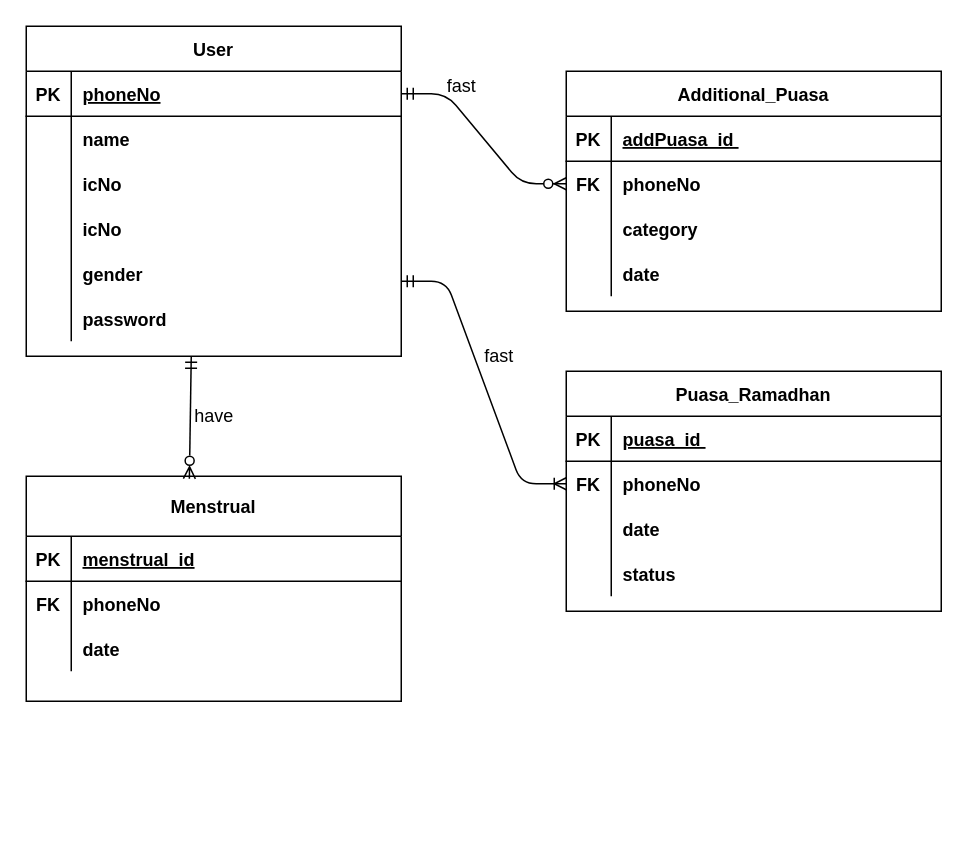
This is Puasa Recording Diagram.drawio from nurezzajeslin/Week2ClassDiagram, a draw.io file, before an edit. Source tidied: cells renumbered, new cells numbered last; positions are measured from the earlier drawing's top-left corner, leaving out a move shared by most shapes. Both pictures are drawn from the tidied source at 150%, with x=0, y=0 at pixel (26, 26).
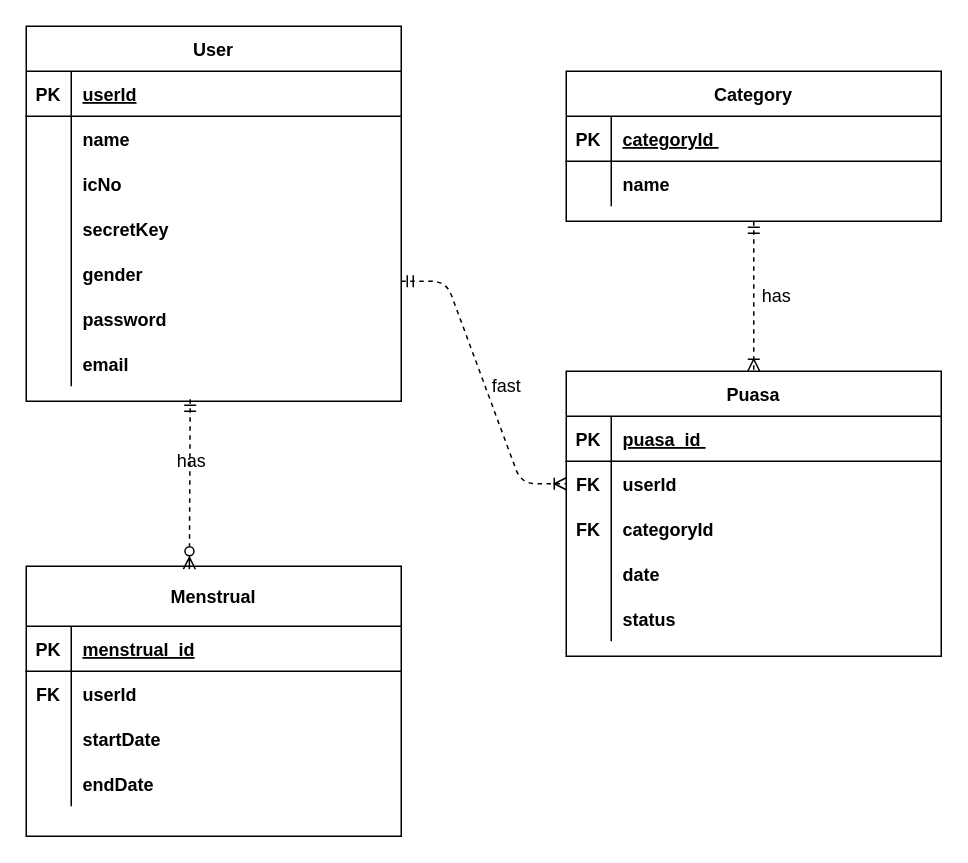
Above is the later version.

The change refers to these unchanged cells:
```xml
<mxCell id="4" style="shape=partialRectangle;fillColor=none;top=0;left=0;right=0;bottom=1;" parent="3" vertex="1">
  <mxGeometry y="30" width="250" height="30" as="geometry" />
</mxCell>
<mxCell id="7" style="shape=partialRectangle;fillColor=none;points=[[0,0.5],[1,0.5]];portConstraint=eastwest;top=0;left=0;right=0;bottom=0;" parent="3" vertex="1">
  <mxGeometry y="60" width="250" height="30" as="geometry" />
</mxCell>
<mxCell id="20" style="shape=partialRectangle;fillColor=none;points=[[0,0.5],[1,0.5]];portConstraint=eastwest;top=0;left=0;right=0;bottom=0;fontStyle=0;" parent="16" vertex="1">
  <mxGeometry y="60" width="250" height="30" as="geometry" />
</mxCell>
<mxCell id="30" style="shape=partialRectangle;fillColor=none;points=[[0,0.5],[1,0.5]];portConstraint=eastwest;top=0;left=0;right=0;bottom=1;" parent="29" vertex="1">
  <mxGeometry y="30" width="250" height="30" as="geometry" />
</mxCell>
<mxCell id="39" style="shape=tableRow;horizontal=0;startSize=0;swimlaneHead=0;swimlaneBody=0;fillColor=none;top=0;left=0;right=0;bottom=0;" parent="29" vertex="1">
  <mxGeometry y="120" width="250" height="30" as="geometry" />
</mxCell>
<mxCell id="52" style="shape=tableRow;horizontal=0;startSize=0;swimlaneHead=0;swimlaneBody=0;fillColor=none;top=0;left=0;right=0;bottom=0;" parent="48" vertex="1">
  <mxGeometry y="70" width="250" height="30" as="geometry" />
</mxCell>
<mxCell id="55" style="shape=tableRow;horizontal=0;startSize=0;swimlaneHead=0;swimlaneBody=0;fillColor=none;top=0;left=0;right=0;bottom=0;" parent="48" vertex="1">
  <mxGeometry y="100" width="250" height="30" as="geometry" />
</mxCell>
```

Diff of the diagram source:
```diff
@@
-    <mxCell id="2" style="edgeStyle=entityRelationEdgeStyle;endArrow=ERzeroToMany;startArrow=ERmandOne;endFill=1;startFill=0;" parent="1" edge="1" source="30" target="7">
-      <mxGeometry relative="1" as="geometry" />
-    </mxCell>
-    <mxCell id="3" value="Additional_Puasa" style="shape=table;startSize=30;childLayout=tableLayout;rowLines=0;fontStyle=1;align=center;" parent="1" vertex="1">
-      <mxGeometry x="360" y="30" width="250" height="160" as="geometry" />
+    <mxCell id="3" value="Category" style="shape=table;startSize=30;childLayout=tableLayout;rowLines=0;fontStyle=1;align=center;" parent="1" vertex="1">
+      <mxGeometry x="360" y="30" width="250" height="100" as="geometry" />
     </mxCell>
@@
-    <mxCell id="6" value="addPuasa_id " style="shape=partialRectangle;overflow=hidden;fillColor=none;top=0;left=0;bottom=0;right=0;align=left;spacingLeft=6;fontStyle=5;" parent="4" vertex="1">
+    <mxCell id="6" value="categoryId " style="shape=partialRectangle;overflow=hidden;fillColor=none;top=0;left=0;bottom=0;right=0;align=left;spacingLeft=6;fontStyle=5;" parent="4" vertex="1">
       <mxGeometry x="30" width="220" height="30" as="geometry" />
     </mxCell>
@@
-    <mxCell id="8" value="FK" style="shape=partialRectangle;overflow=hidden;fillColor=none;top=0;left=0;bottom=0;right=0;fontStyle=1;" parent="7" vertex="1">
+    <mxCell id="8" style="shape=partialRectangle;overflow=hidden;fillColor=none;top=0;left=0;bottom=0;right=0;fontStyle=1;" parent="7" vertex="1">
       <mxGeometry width="30" height="30" as="geometry" />
     </mxCell>
-    <mxCell id="9" value="phoneNo " style="shape=partialRectangle;overflow=hidden;fillColor=none;top=0;left=0;bottom=0;right=0;align=left;spacingLeft=6;fontStyle=1;" parent="7" vertex="1">
+    <mxCell id="9" value="name" style="shape=partialRectangle;overflow=hidden;fillColor=none;top=0;left=0;bottom=0;right=0;align=left;spacingLeft=6;fontStyle=1;" parent="7" vertex="1">
       <mxGeometry x="30" width="220" height="30" as="geometry" />
     </mxCell>
-    <mxCell id="10" style="shape=partialRectangle;fillColor=none;top=0;left=0;right=0;bottom=0;" parent="3" vertex="1">
-      <mxGeometry y="90" width="250" height="30" as="geometry" />
-    </mxCell>
-    <mxCell id="11" style="shape=partialRectangle;overflow=hidden;fillColor=none;top=0;left=0;bottom=0;right=0;" parent="10" vertex="1">
-      <mxGeometry width="30" height="30" as="geometry" />
-    </mxCell>
-    <mxCell id="12" value="category" style="shape=partialRectangle;overflow=hidden;fillColor=none;top=0;left=0;bottom=0;right=0;align=left;spacingLeft=6;fontStyle=1;" parent="10" vertex="1">
-      <mxGeometry x="30" width="220" height="30" as="geometry" />
-    </mxCell>
-    <mxCell id="13" style="shape=tableRow;horizontal=0;startSize=0;swimlaneHead=0;swimlaneBody=0;fillColor=none;top=0;left=0;right=0;bottom=0;" parent="3" vertex="1">
-      <mxGeometry y="120" width="250" height="30" as="geometry" />
-    </mxCell>
-    <mxCell id="14" style="shape=partialRectangle;fillColor=none;top=0;left=0;bottom=0;right=0;overflow=hidden;" parent="13" vertex="1">
-      <mxGeometry width="30" height="30" as="geometry" />
-    </mxCell>
-    <mxCell id="15" value="date" style="shape=partialRectangle;fillColor=none;top=0;left=0;bottom=0;right=0;align=left;spacingLeft=6;overflow=hidden;fontStyle=1;" parent="13" vertex="1">
-      <mxGeometry x="30" width="220" height="30" as="geometry" />
-    </mxCell>
-    <mxCell id="16" value="Puasa_Ramadhan" style="shape=table;startSize=30;childLayout=tableLayout;rowLines=0;fontStyle=1;align=center;" parent="1" vertex="1">
-      <mxGeometry x="360" y="230" width="250" height="160" as="geometry" />
+    <mxCell id="16" value="Puasa" style="shape=table;startSize=30;childLayout=tableLayout;rowLines=0;fontStyle=1;align=center;" parent="1" vertex="1">
+      <mxGeometry x="360" y="230" width="250" height="190" as="geometry" />
     </mxCell>
@@
-    <mxCell id="22" value="phoneNo     " style="shape=partialRectangle;overflow=hidden;fillColor=none;top=0;left=0;bottom=0;right=0;align=left;spacingLeft=6;fontStyle=1;" parent="20" vertex="1">
+    <mxCell id="22" value="userId" style="shape=partialRectangle;overflow=hidden;fillColor=none;top=0;left=0;bottom=0;right=0;align=left;spacingLeft=6;fontStyle=1;" parent="20" vertex="1">
       <mxGeometry x="30" width="220" height="30" as="geometry" />
     </mxCell>
+    <mxCell id="63" style="shape=tableRow;horizontal=0;startSize=0;swimlaneHead=0;swimlaneBody=0;fillColor=none;top=0;left=0;right=0;bottom=0;fontStyle=0;" parent="16" vertex="1">
+      <mxGeometry y="90" width="250" height="30" as="geometry" />
+    </mxCell>
+    <mxCell id="64" value="FK" style="shape=partialRectangle;fillColor=none;top=0;left=0;bottom=0;right=0;fontStyle=1;overflow=hidden;" parent="63" vertex="1">
+      <mxGeometry width="30" height="30" as="geometry" />
+    </mxCell>
+    <mxCell id="65" value="categoryId" style="shape=partialRectangle;fillColor=none;top=0;left=0;bottom=0;right=0;align=left;spacingLeft=6;fontStyle=1;overflow=hidden;" parent="63" vertex="1">
+      <mxGeometry x="30" width="220" height="30" as="geometry" />
+    </mxCell>
     <mxCell id="23" style="shape=partialRectangle;fillColor=none;top=0;left=0;right=0;bottom=0;" parent="16" vertex="1">
-      <mxGeometry y="90" width="250" height="30" as="geometry" />
+      <mxGeometry y="120" width="250" height="30" as="geometry" />
     </mxCell>
@@
     <mxCell id="26" style="shape=tableRow;horizontal=0;startSize=0;swimlaneHead=0;swimlaneBody=0;fillColor=none;top=0;left=0;right=0;bottom=0;" parent="16" vertex="1">
-      <mxGeometry y="120" width="250" height="30" as="geometry" />
+      <mxGeometry y="150" width="250" height="30" as="geometry" />
     </mxCell>
@@
     <mxCell id="29" value="User" style="shape=table;startSize=30;childLayout=tableLayout;rowLines=0;fontStyle=1;align=center;" parent="1" vertex="1">
-      <mxGeometry width="250" height="220" as="geometry" />
+      <mxGeometry width="250" height="250" as="geometry" />
     </mxCell>
@@
-    <mxCell id="32" value="phoneNo" style="shape=partialRectangle;overflow=hidden;fillColor=none;top=0;left=0;bottom=0;right=0;align=left;spacingLeft=6;fontStyle=5;" parent="30" vertex="1">
+    <mxCell id="32" value="userId" style="shape=partialRectangle;overflow=hidden;fillColor=none;top=0;left=0;bottom=0;right=0;align=left;spacingLeft=6;fontStyle=5;" parent="30" vertex="1">
       <mxGeometry x="30" width="220" height="30" as="geometry" />
     </mxCell>
@@
-    <mxCell id="41" value="icNo" style="shape=partialRectangle;fillColor=none;top=0;left=0;bottom=0;right=0;align=left;spacingLeft=6;overflow=hidden;fontStyle=1;" parent="39" vertex="1">
+    <mxCell id="41" value="secretKey" style="shape=partialRectangle;fillColor=none;top=0;left=0;bottom=0;right=0;align=left;spacingLeft=6;overflow=hidden;fontStyle=1;" parent="39" vertex="1">
       <mxGeometry x="30" width="220" height="30" as="geometry" />
     </mxCell>
@@
+    <mxCell id="66" style="shape=tableRow;horizontal=0;startSize=0;swimlaneHead=0;swimlaneBody=0;fillColor=none;top=0;left=0;right=0;bottom=0;" parent="29" vertex="1">
+      <mxGeometry y="210" width="250" height="30" as="geometry" />
+    </mxCell>
+    <mxCell id="67" style="shape=partialRectangle;fillColor=none;top=0;left=0;bottom=0;right=0;overflow=hidden;" parent="66" vertex="1">
+      <mxGeometry width="30" height="30" as="geometry" />
+    </mxCell>
+    <mxCell id="68" value="email" style="shape=partialRectangle;fillColor=none;top=0;left=0;bottom=0;right=0;align=left;spacingLeft=6;overflow=hidden;fontStyle=1;" parent="66" vertex="1">
+      <mxGeometry x="30" width="220" height="30" as="geometry" />
+    </mxCell>
     <mxCell id="48" value="Menstrual" style="shape=table;startSize=40;childLayout=tableLayout;rowLines=0;fontStyle=1;align=center;" parent="1" vertex="1">
-      <mxGeometry y="300" width="250" height="150" as="geometry" />
+      <mxGeometry y="360" width="250" height="180" as="geometry" />
     </mxCell>
@@
-    <mxCell id="54" value="phoneNo     " style="shape=partialRectangle;fillColor=none;top=0;left=0;bottom=0;right=0;align=left;spacingLeft=6;fontStyle=1;overflow=hidden;" parent="52" vertex="1">
+    <mxCell id="54" value="userId     " style="shape=partialRectangle;fillColor=none;top=0;left=0;bottom=0;right=0;align=left;spacingLeft=6;fontStyle=1;overflow=hidden;" parent="52" vertex="1">
       <mxGeometry x="30" width="220" height="30" as="geometry" />
     </mxCell>
@@
-    <mxCell id="57" value="date" style="shape=partialRectangle;fillColor=none;top=0;left=0;bottom=0;right=0;align=left;spacingLeft=6;overflow=hidden;fontStyle=1;" parent="55" vertex="1">
+    <mxCell id="57" value="startDate" style="shape=partialRectangle;fillColor=none;top=0;left=0;bottom=0;right=0;align=left;spacingLeft=6;overflow=hidden;fontStyle=1;" parent="55" vertex="1">
       <mxGeometry x="30" width="220" height="30" as="geometry" />
     </mxCell>
+    <mxCell id="69" style="shape=tableRow;horizontal=0;startSize=0;swimlaneHead=0;swimlaneBody=0;fillColor=none;top=0;left=0;right=0;bottom=0;" parent="48" vertex="1">
+      <mxGeometry y="130" width="250" height="30" as="geometry" />
+    </mxCell>
+    <mxCell id="70" style="shape=partialRectangle;fillColor=none;top=0;left=0;bottom=0;right=0;overflow=hidden;" parent="69" vertex="1">
+      <mxGeometry width="30" height="30" as="geometry" />
+    </mxCell>
+    <mxCell id="71" value="endDate" style="shape=partialRectangle;fillColor=none;top=0;left=0;bottom=0;right=0;align=left;spacingLeft=6;overflow=hidden;fontStyle=1;" parent="69" vertex="1">
+      <mxGeometry x="30" width="220" height="30" as="geometry" />
+    </mxCell>
-    <mxCell id="58" style="edgeStyle=entityRelationEdgeStyle;endArrow=ERoneToMany;startArrow=ERmandOne;endFill=0;startFill=0;entryX=0;entryY=0.5;entryDx=0;entryDy=0;" parent="1" edge="1" target="20">
+    <mxCell id="58" style="edgeStyle=entityRelationEdgeStyle;endArrow=ERoneToMany;startArrow=ERmandOne;endFill=0;startFill=0;entryX=0;entryY=0.5;entryDx=0;entryDy=0;dashed=1;" parent="1" edge="1" target="20">
       <mxGeometry relative="1" as="geometry">
         <mxPoint x="250" y="170" as="sourcePoint" />
       </mxGeometry>
     </mxCell>
-    <mxCell id="59" style="endArrow=ERzeroToMany;html=1;rounded=0;elbow=vertical;entryX=0.435;entryY=0.011;entryDx=0;entryDy=0;exitX=0.5;exitY=1;exitDx=0;exitDy=0;startArrow=ERmandOne;startFill=0;endFill=0;entryPerimeter=0;" parent="1" edge="1" target="48">
+    <mxCell id="59" style="endArrow=ERzeroToMany;html=1;rounded=0;elbow=vertical;entryX=0.435;entryY=0.011;entryDx=0;entryDy=0;exitX=0.108;exitY=-0.067;exitDx=0;exitDy=0;startArrow=ERmandOne;startFill=0;endFill=0;entryPerimeter=0;exitPerimeter=0;dashed=1;" parent="1" edge="1" target="48">
       <mxGeometry relative="1" as="geometry">
-        <mxPoint x="110" y="220" as="sourcePoint" />
+        <mxPoint x="109.3" y="248.7" as="sourcePoint" />
       </mxGeometry>
     </mxCell>
-    <mxCell id="60" value="fast" style="text;html=1;align=center;verticalAlign=middle;strokeColor=none;fillColor=none;" parent="1" vertex="1">
-      <mxGeometry x="275" y="30" width="30" height="20" as="geometry" />
-    </mxCell>
     <mxCell id="61" value="fast" style="text;html=1;align=center;verticalAlign=middle;strokeColor=none;fillColor=none;" parent="1" vertex="1">
-      <mxGeometry x="300" y="210" width="30" height="20" as="geometry" />
+      <mxGeometry x="305" y="230" width="30" height="20" as="geometry" />
     </mxCell>
-    <mxCell id="62" value="have" style="text;html=1;align=center;verticalAlign=middle;strokeColor=none;fillColor=none;" parent="1" vertex="1">
-      <mxGeometry x="105" y="250" width="40" height="20" as="geometry" />
-    </mxCell>
+    <mxCell id="72" style="endArrow=ERoneToMany;html=1;rounded=0;exitX=0.5;exitY=1;exitDx=0;exitDy=0;entryX=0.5;entryY=0;entryDx=0;entryDy=0;dashed=1;startArrow=ERmandOne;startFill=0;endFill=0;" parent="1" edge="1" source="3" target="16">
+      <mxGeometry relative="1" as="geometry" />
+    </mxCell>
+    <mxCell id="73" value="has" style="text;html=1;align=center;verticalAlign=middle;strokeColor=none;fillColor=none;" parent="1" vertex="1">
+      <mxGeometry x="485" y="170" width="30" height="20" as="geometry" />
+    </mxCell>
+    <mxCell id="74" value="has" style="text;html=1;align=center;verticalAlign=middle;strokeColor=none;fillColor=none;" parent="1" vertex="1">
+      <mxGeometry x="95" y="280" width="30" height="20" as="geometry" />
+    </mxCell>
```
